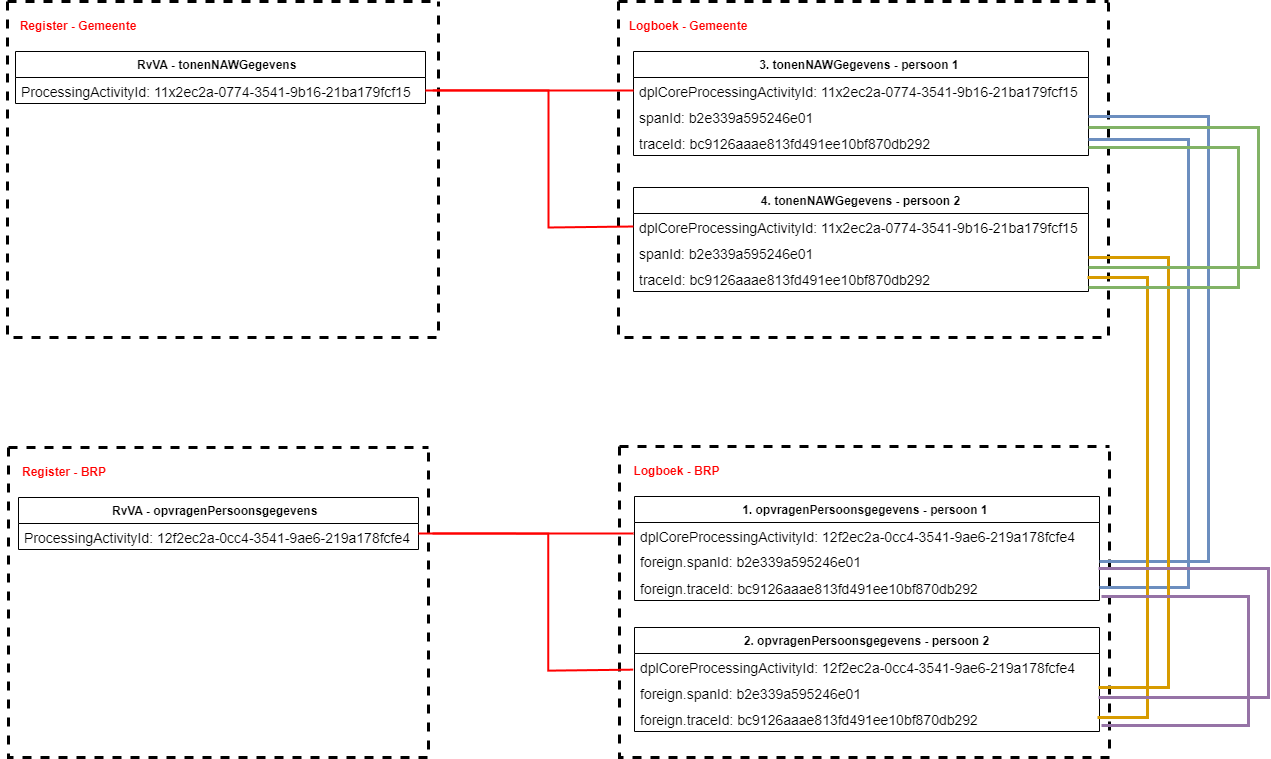
Above: media/relatie-tussen-gegevens-parkeervergunning-wijzigen.png in Logius-standaarden/logboek-dataverwerkingen-inleiding (draw.io), before the change. Source tidied: cells renumbered, new cells last; positions are measured from the earlier drawing's top-left corner, leaving out a move shared by most shapes.
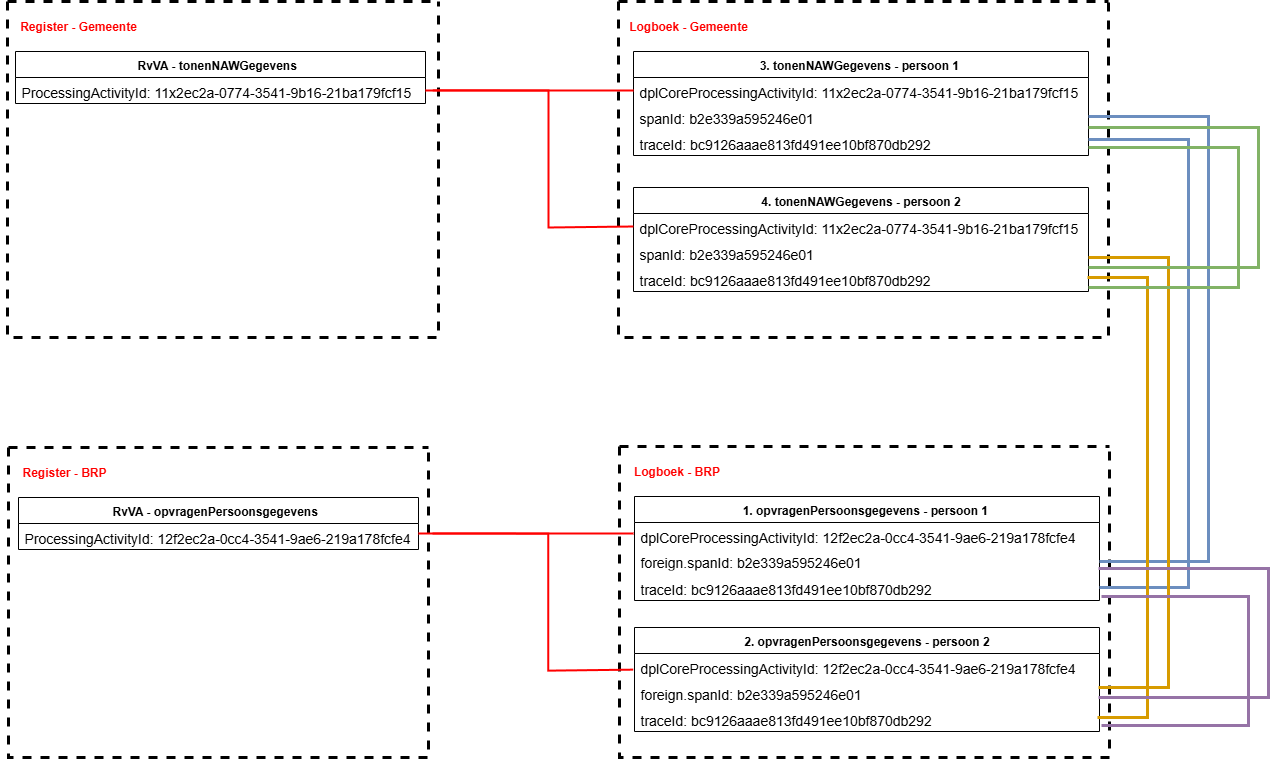
Above is the later version.

Commit message:
Aanpassing Inleiding document: Verwijderen Foreign_TraceId (#39)

Change to the diagram source:
```diff
@@ -74,7 +74,7 @@
     <mxCell id="25" value="&lt;span style=&quot;line-height: 14.98px; font-size: 14px;&quot;&gt;foreign.spanId: b2e339a595246e01&amp;nbsp;&lt;/span&gt;" style="text;strokeColor=none;fillColor=none;align=left;verticalAlign=top;spacingLeft=4;spacingRight=4;overflow=hidden;points=[[0,0.5],[1,0.5]];portConstraint=eastwest;whiteSpace=wrap;html=1;" parent="23" vertex="1">
       <mxGeometry y="52" width="465" height="26" as="geometry" />
     </mxCell>
-    <mxCell id="26" value="&lt;font style=&quot;font-size: 14px;&quot;&gt;&lt;span style=&quot;line-height: 14.98px;&quot;&gt;&lt;font style=&quot;font-size: 14px;&quot;&gt;foreign.traceId:&lt;/font&gt;&lt;/span&gt;&lt;span style=&quot;line-height: 14.98px;&quot;&gt;&amp;nbsp;&lt;span style=&quot;&quot; lang=&quot;ES&quot;&gt;&lt;font style=&quot;font-size: 14px;&quot; face=&quot;Helvetica&quot;&gt;bc9126aaae813fd491ee10bf870db292&lt;/font&gt;&lt;/span&gt;&amp;nbsp;&lt;/span&gt;&lt;/font&gt;" style="text;strokeColor=none;fillColor=none;align=left;verticalAlign=top;spacingLeft=4;spacingRight=4;overflow=hidden;points=[[0,0.5],[1,0.5]];portConstraint=eastwest;whiteSpace=wrap;html=1;" parent="23" vertex="1">
+    <mxCell id="26" value="&lt;font style=&quot;font-size: 14px;&quot;&gt;&lt;span style=&quot;line-height: 14.98px;&quot;&gt;&lt;font style=&quot;font-size: 14px;&quot;&gt;traceId:&lt;/font&gt;&lt;/span&gt;&lt;span style=&quot;line-height: 14.98px;&quot;&gt;&amp;nbsp;&lt;span style=&quot;&quot; lang=&quot;ES&quot;&gt;&lt;font style=&quot;font-size: 14px;&quot; face=&quot;Helvetica&quot;&gt;bc9126aaae813fd491ee10bf870db292&lt;/font&gt;&lt;/span&gt;&amp;nbsp;&lt;/span&gt;&lt;/font&gt;" style="text;strokeColor=none;fillColor=none;align=left;verticalAlign=top;spacingLeft=4;spacingRight=4;overflow=hidden;points=[[0,0.5],[1,0.5]];portConstraint=eastwest;whiteSpace=wrap;html=1;" parent="23" vertex="1">
       <mxGeometry y="78" width="465" height="26" as="geometry" />
     </mxCell>
     <mxCell id="27" value="2. opvragenPersoonsgegevens - persoon 2" style="swimlane;fontStyle=1;align=center;verticalAlign=top;horizontal=1;startSize=26;whiteSpace=wrap;html=1;" parent="21" vertex="1">
@@ -86,7 +86,7 @@
     <mxCell id="29" value="&lt;font style=&quot;font-size: 14px;&quot;&gt;&lt;span style=&quot;line-height: 14.98px;&quot;&gt;foreign.spanId:&amp;nbsp;&lt;/span&gt;&lt;/font&gt;&lt;span style=&quot;font-size: 14px;&quot;&gt;b2e339a595246e01&lt;/span&gt;" style="text;strokeColor=none;fillColor=none;align=left;verticalAlign=top;spacingLeft=4;spacingRight=4;overflow=hidden;whiteSpace=wrap;html=1;" parent="27" vertex="1">
       <mxGeometry y="52" width="465" height="26" as="geometry" />
     </mxCell>
-    <mxCell id="30" value="&lt;font style=&quot;font-size: 14px;&quot;&gt;&lt;span style=&quot;font-size: 14px; line-height: 14.98px;&quot;&gt;&lt;font style=&quot;font-size: 14px;&quot;&gt;foreign.traceId:&amp;nbsp;&lt;/font&gt;&lt;/span&gt;&lt;span style=&quot;line-height: 14.98px;&quot;&gt;bc9126aaae813fd491ee10bf870db292&lt;span style=&quot;&quot;&gt;&amp;nbsp;&lt;/span&gt;&lt;/span&gt;&lt;/font&gt;" style="text;strokeColor=none;fillColor=none;align=left;verticalAlign=top;spacingLeft=4;spacingRight=4;overflow=hidden;whiteSpace=wrap;html=1;" parent="27" vertex="1">
+    <mxCell id="30" value="&lt;font style=&quot;font-size: 14px;&quot;&gt;&lt;span style=&quot;font-size: 14px; line-height: 14.98px;&quot;&gt;&lt;font style=&quot;font-size: 14px;&quot;&gt;traceId:&amp;nbsp;&lt;/font&gt;&lt;/span&gt;&lt;span style=&quot;line-height: 14.98px;&quot;&gt;bc9126aaae813fd491ee10bf870db292&lt;span style=&quot;&quot;&gt;&amp;nbsp;&lt;/span&gt;&lt;/span&gt;&lt;/font&gt;" style="text;strokeColor=none;fillColor=none;align=left;verticalAlign=top;spacingLeft=4;spacingRight=4;overflow=hidden;whiteSpace=wrap;html=1;" parent="27" vertex="1">
       <mxGeometry y="78" width="465" height="26" as="geometry" />
     </mxCell>
     <mxCell id="31" style="rounded=0;orthogonalLoop=1;jettySize=auto;html=1;entryX=0;entryY=0.5;entryDx=0;entryDy=0;endArrow=none;endFill=0;strokeWidth=2;strokeColor=#FF0000;edgeStyle=orthogonalEdgeStyle;" parent="1" edge="1">
```
